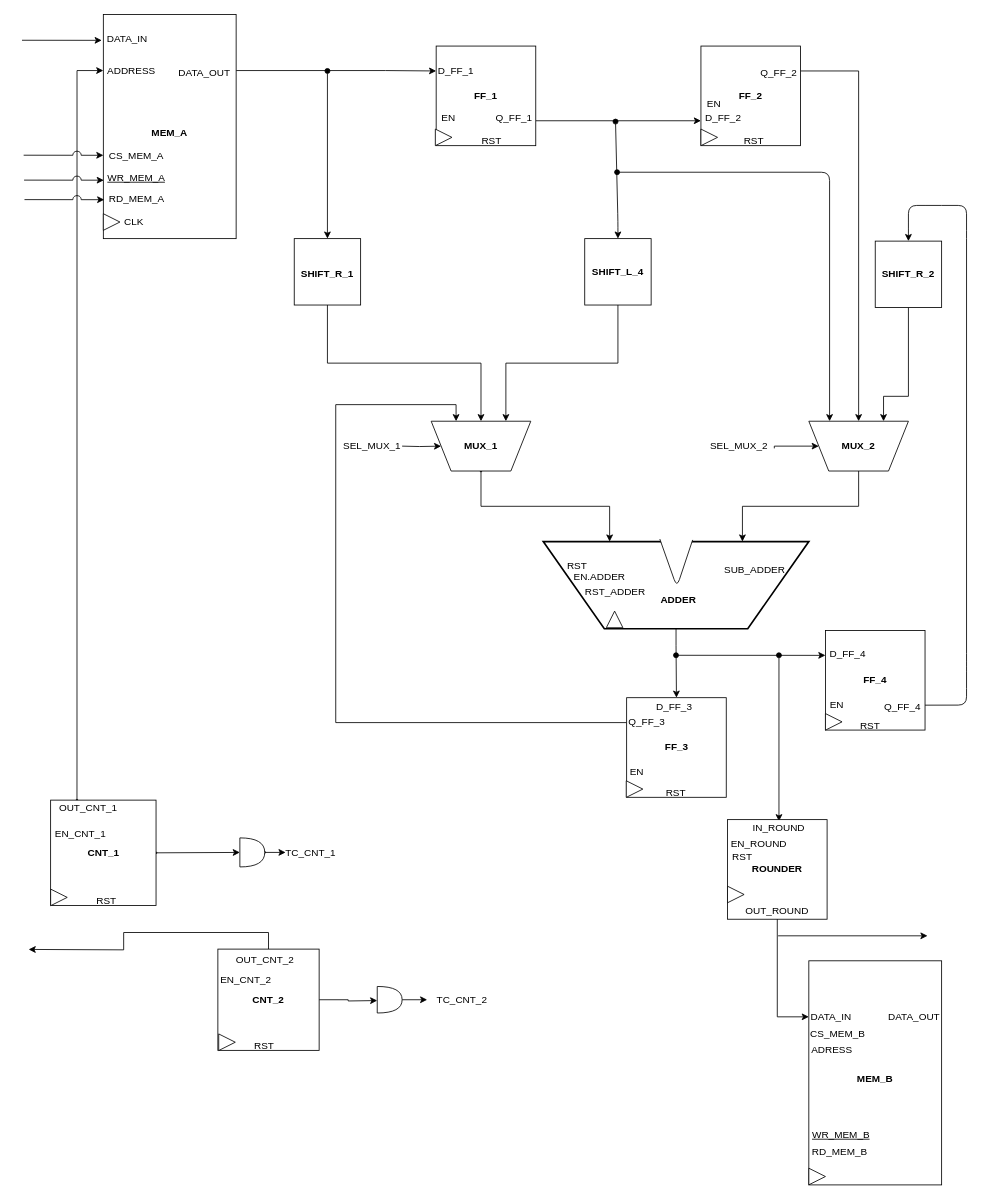
This is lab6/Datapath.drawio from leobel96/Polito-ESD-NeuralNetwork, a draw.io file, before an edit. Source tidied: cells renumbered, new cells numbered last; positions are measured from the earlier drawing's top-left corner, leaving out a move shared by most shapes. Both pictures are drawn from the tidied source at 83%, with x=0, y=0 at pixel (22, 14).
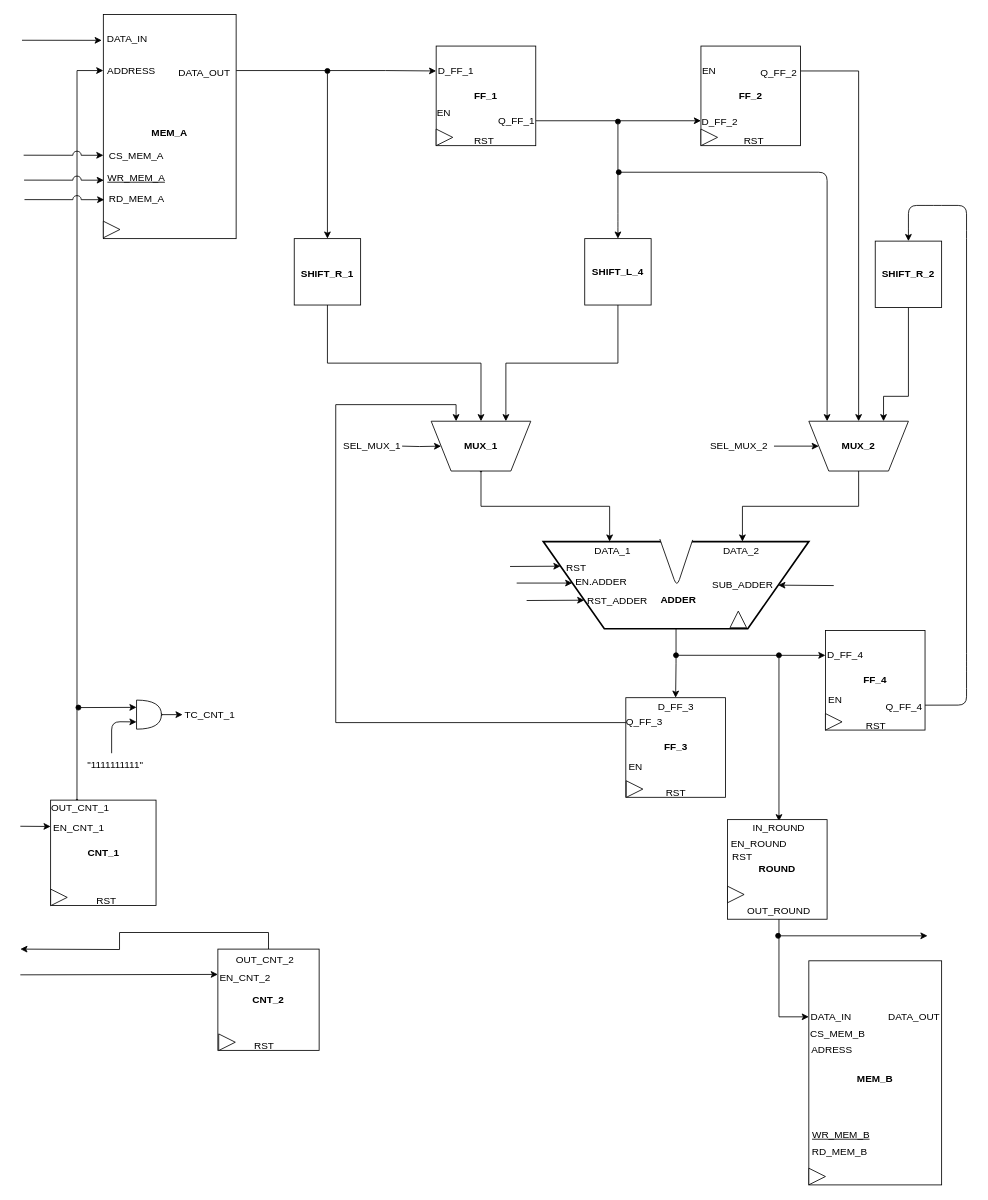
The same diagram, later.

The change refers to these unchanged cells:
```xml
<mxCell id="3" style="verticalLabelPosition=bottom;verticalAlign=top;html=1;strokeWidth=2;shape=trapezoid;perimeter=trapezoidPerimeter;whiteSpace=wrap;size=0.23;arcSize=10;flipV=1;" parent="1" vertex="1">
  <mxGeometry x="628" y="635" width="320" height="105" as="geometry" />
</mxCell>
<mxCell id="29" style="whiteSpace=wrap;html=1;" parent="1" vertex="1">
  <mxGeometry x="678" y="270" width="80" height="80" as="geometry" />
</mxCell>
<mxCell id="38" style="shape=trapezoid;perimeter=trapezoidPerimeter;whiteSpace=wrap;html=1;rotation=180;" parent="1" vertex="1">
  <mxGeometry x="948" y="490" width="120" height="60" as="geometry" />
</mxCell>
<mxCell id="44" value="SEL_MUX_2" style="text;html=1;strokeColor=none;fillColor=none;align=center;verticalAlign=middle;whiteSpace=wrap;rounded=0;" parent="1" vertex="1">
  <mxGeometry x="832" y="510" width="64" height="20" as="geometry" />
</mxCell>
<mxCell id="85" value="&lt;b&gt;CNT_1&lt;/b&gt;" style="whiteSpace=wrap;html=1;" parent="1" vertex="1">
  <mxGeometry x="34.5" y="946.5" width="127" height="127" as="geometry" />
</mxCell>
<mxCell id="88" value="&lt;b&gt;CNT_2&lt;/b&gt;" style="whiteSpace=wrap;html=1;" parent="1" vertex="1">
  <mxGeometry x="236" y="1126" width="122" height="122" as="geometry" />
</mxCell>
```

Change to the diagram source:
```diff
@@
     <mxCell id="2" style="edgeStyle=orthogonalEdgeStyle;rounded=0;jettySize=auto;html=1;exitX=0.5;exitY=1;exitDx=0;exitDy=0;entryX=0.5;entryY=0;entryDx=0;entryDy=0;" parent="1" edge="1" source="3" target="52">
-      <mxGeometry relative="1" as="geometry">
-        <Array as="points">
-          <mxPoint x="788" y="760" />
-          <mxPoint x="788" y="760" />
-        </Array>
-      </mxGeometry>
+      <mxGeometry relative="1" as="geometry" />
     </mxCell>
@@
-    <mxCell id="11" value="CLK" style="text;html=1;strokeColor=none;fillColor=none;align=center;verticalAlign=middle;whiteSpace=wrap;rounded=0;" parent="1" vertex="1">
-      <mxGeometry x="114" y="240" width="42" height="20" as="geometry" />
-    </mxCell>
@@
     <mxCell id="13" style="triangle;whiteSpace=wrap;html=1;" parent="1" vertex="1">
-      <mxGeometry x="98" y="240" width="20" height="20" as="geometry" />
+      <mxGeometry x="98" y="249" width="20" height="20" as="geometry" />
     </mxCell>
@@
     <mxCell id="19" value="Q_FF_1" style="text;html=1;strokeColor=none;fillColor=none;align=center;verticalAlign=middle;whiteSpace=wrap;rounded=0;" parent="1" vertex="1">
-      <mxGeometry x="573" y="115" width="40" height="20" as="geometry" />
+      <mxGeometry x="576" y="118" width="40" height="20" as="geometry" />
     </mxCell>
     <mxCell id="20" value="D_FF_2" style="text;html=1;strokeColor=none;fillColor=none;align=center;verticalAlign=middle;whiteSpace=wrap;rounded=0;" parent="1" vertex="1">
-      <mxGeometry x="825" y="115" width="40" height="20" as="geometry" />
+      <mxGeometry x="821" y="119" width="40" height="20" as="geometry" />
     </mxCell>
@@
     <mxCell id="22" style="triangle;whiteSpace=wrap;html=1;" parent="1" vertex="1">
-      <mxGeometry x="498" y="138" width="20" height="20" as="geometry" />
+      <mxGeometry x="499" y="138" width="20" height="20" as="geometry" />
     </mxCell>
@@
     <mxCell id="25" style="endArrow=classic;html=1;entryX=0.5;entryY=0;entryDx=0;entryDy=0;startArrow=circle;startFill=1;startSize=2;" parent="1" edge="1" target="29">
       <mxGeometry relative="1" as="geometry">
-        <mxPoint x="715" y="125" as="sourcePoint" />
+        <mxPoint x="718" y="125" as="sourcePoint" />
         <Array as="points">
           <mxPoint x="718" y="250" />
         </Array>
       </mxGeometry>
     </mxCell>
@@
     <mxCell id="40" style="endArrow=classic;html=1;entryX=0.75;entryY=1;entryDx=0;entryDy=0;startSize=2;startArrow=circle;startFill=1;" parent="1" edge="1">
       <mxGeometry relative="1" as="geometry">
-        <mxPoint x="713" y="190" as="sourcePoint" />
-        <mxPoint x="973" y="490" as="targetPoint" />
+        <mxPoint x="715" y="190" as="sourcePoint" />
+        <mxPoint x="970" y="490" as="targetPoint" />
         <Array as="points">
-          <mxPoint x="973" y="190" />
+          <mxPoint x="970" y="190" />
         </Array>
       </mxGeometry>
     </mxCell>
@@
-    <mxCell id="43" style="edgeStyle=orthogonalEdgeStyle;rounded=0;jettySize=auto;html=1;entryX=1;entryY=0.5;entryDx=0;entryDy=0;exitX=1.163;exitY=0.635;exitDx=0;exitDy=0;exitPerimeter=0;" parent="1" edge="1" source="44" target="38">
+    <mxCell id="43" style="edgeStyle=orthogonalEdgeStyle;rounded=0;jettySize=auto;html=1;entryX=1;entryY=0.5;entryDx=0;entryDy=0;" parent="1" edge="1" target="38">
       <mxGeometry relative="1" as="geometry">
+        <mxPoint x="906" y="520" as="sourcePoint" />
         <Array as="points">
           <mxPoint x="906" y="520" />
         </Array>
       </mxGeometry>
     </mxCell>
@@
     <mxCell id="46" value="RST_ADDER" style="text;html=1;strokeColor=none;fillColor=none;align=center;verticalAlign=middle;whiteSpace=wrap;rounded=0;" parent="1" vertex="1">
-      <mxGeometry x="695" y="686" width="40" height="20" as="geometry" />
+      <mxGeometry x="679" y="697" width="77" height="20" as="geometry" />
     </mxCell>
     <mxCell id="47" value="EN.ADDER" style="text;html=1;strokeColor=none;fillColor=none;align=center;verticalAlign=middle;whiteSpace=wrap;rounded=0;" parent="1" vertex="1">
-      <mxGeometry x="646" y="668" width="100" height="20" as="geometry" />
+      <mxGeometry x="664" y="674" width="68" height="20" as="geometry" />
     </mxCell>
@@
     <mxCell id="50" style="triangle;whiteSpace=wrap;html=1;rotation=-90;" parent="1" vertex="1">
-      <mxGeometry x="704" y="718.8" width="20" height="20" as="geometry" />
+      <mxGeometry x="853" y="718.8" width="20" height="20" as="geometry" />
     </mxCell>
@@
     <mxCell id="52" value="&lt;b&gt;FF_3&lt;/b&gt;" style="whiteSpace=wrap;html=1;" parent="1" vertex="1">
-      <mxGeometry x="728.5" y="823.1" width="120" height="120" as="geometry" />
+      <mxGeometry x="727.5" y="823.1" width="120" height="120" as="geometry" />
     </mxCell>
     <mxCell id="53" value="D_FF_3" style="text;html=1;strokeColor=none;fillColor=none;align=center;verticalAlign=middle;whiteSpace=wrap;rounded=0;" parent="1" vertex="1">
-      <mxGeometry x="766" y="824" width="40" height="20" as="geometry" />
+      <mxGeometry x="768" y="824" width="40" height="20" as="geometry" />
     </mxCell>
     <mxCell id="54" value="Q_FF_3" style="text;html=1;strokeColor=none;fillColor=none;align=center;verticalAlign=middle;whiteSpace=wrap;rounded=0;" parent="1" vertex="1">
-      <mxGeometry x="733" y="842" width="40" height="20" as="geometry" />
+      <mxGeometry x="730" y="843" width="40" height="20" as="geometry" />
     </mxCell>
@@
     <mxCell id="58" value="D_FF_4" style="text;html=1;strokeColor=none;fillColor=none;align=center;verticalAlign=middle;whiteSpace=wrap;rounded=0;" parent="1" vertex="1">
-      <mxGeometry x="975" y="760" width="40" height="20" as="geometry" />
+      <mxGeometry x="972" y="762" width="40" height="20" as="geometry" />
     </mxCell>
     <mxCell id="59" value="Q_FF_4" style="text;html=1;strokeColor=none;fillColor=none;align=center;verticalAlign=middle;whiteSpace=wrap;rounded=0;" parent="1" vertex="1">
-      <mxGeometry x="1041" y="824" width="40" height="20" as="geometry" />
+      <mxGeometry x="1043" y="824" width="40" height="20" as="geometry" />
     </mxCell>
@@
-    <mxCell id="63" value="&lt;b&gt;ROUNDER&lt;/b&gt;" style="whiteSpace=wrap;html=1;" parent="1" vertex="1">
+    <mxCell id="63" value="&lt;b&gt;ROUND&lt;/b&gt;" style="whiteSpace=wrap;html=1;" parent="1" vertex="1">
       <mxGeometry x="850" y="970" width="120" height="120" as="geometry" />
     </mxCell>
@@
     <mxCell id="66" value="OUT_ROUND" style="text;html=1;strokeColor=none;fillColor=none;align=center;verticalAlign=middle;whiteSpace=wrap;rounded=0;" parent="1" vertex="1">
-      <mxGeometry x="890" y="1070" width="40" height="20" as="geometry" />
+      <mxGeometry x="872" y="1070" width="80" height="20" as="geometry" />
     </mxCell>
@@
     <mxCell id="77" value="SUB_ADDER" style="text;html=1;strokeColor=none;fillColor=none;align=center;verticalAlign=middle;whiteSpace=wrap;rounded=0;" parent="1" vertex="1">
-      <mxGeometry x="863" y="659.2" width="40" height="20" as="geometry" />
+      <mxGeometry x="830.5" y="678" width="75" height="20" as="geometry" />
     </mxCell>
     <mxCell id="78" value="EN" style="text;html=1;strokeColor=none;fillColor=none;align=center;verticalAlign=middle;whiteSpace=wrap;rounded=0;" parent="1" vertex="1">
-      <mxGeometry x="721" y="903" width="40" height="20" as="geometry" />
+      <mxGeometry x="728" y="896.5" width="23" height="20" as="geometry" />
     </mxCell>
     <mxCell id="79" value="EN" style="text;html=1;strokeColor=none;fillColor=none;align=center;verticalAlign=middle;whiteSpace=wrap;rounded=0;" parent="1" vertex="1">
-      <mxGeometry x="962" y="822" width="40" height="20" as="geometry" />
+      <mxGeometry x="968" y="816" width="24" height="20" as="geometry" />
     </mxCell>
     <mxCell id="80" value="EN" style="text;html=1;strokeColor=none;fillColor=none;align=center;verticalAlign=middle;whiteSpace=wrap;rounded=0;" parent="1" vertex="1">
-      <mxGeometry x="814" y="98" width="40" height="20" as="geometry" />
+      <mxGeometry x="818" y="58" width="20" height="20" as="geometry" />
     </mxCell>
     <mxCell id="81" value="EN" style="text;html=1;strokeColor=none;fillColor=none;align=center;verticalAlign=middle;whiteSpace=wrap;rounded=0;" parent="1" vertex="1">
-      <mxGeometry x="494" y="114.9" width="40" height="20" as="geometry" />
+      <mxGeometry x="499" y="109" width="19" height="20" as="geometry" />
     </mxCell>
-    <mxCell id="82" style="endArrow=classic;html=1;" parent="1" edge="1">
+    <mxCell id="82" style="endArrow=classic;html=1;startArrow=oval;startFill=1;" parent="1" edge="1">
       <mxGeometry relative="1" as="geometry">
         <mxPoint x="911" y="1110" as="sourcePoint" />
         <mxPoint x="1091" y="1110" as="targetPoint" />
       </mxGeometry>
     </mxCell>
@@
-    <mxCell id="84" style="edgeStyle=orthogonalEdgeStyle;rounded=0;jumpStyle=arc;jumpSize=11;jettySize=auto;html=1;exitX=1;exitY=0.5;exitDx=0;exitDy=0;startArrow=oval;startFill=1;startSize=2;endSize=6;" parent="1" edge="1" source="85" target="91">
-      <mxGeometry relative="1" as="geometry" />
-    </mxCell>
@@
-    <mxCell id="86" style="edgeStyle=orthogonalEdgeStyle;rounded=0;jumpStyle=arc;jumpSize=11;jettySize=auto;html=1;exitX=1;exitY=0.5;exitDx=0;exitDy=0;startArrow=none;startFill=0;" parent="1" edge="1" source="88">
-      <mxGeometry relative="1" as="geometry">
-        <mxPoint x="428" y="1188" as="targetPoint" />
-      </mxGeometry>
-    </mxCell>
     <mxCell id="87" style="edgeStyle=orthogonalEdgeStyle;rounded=0;jumpStyle=arc;jumpSize=11;jettySize=auto;html=1;exitX=0.5;exitY=0;exitDx=0;exitDy=0;startArrow=none;startFill=0;" parent="1" edge="1" source="88">
       <mxGeometry relative="1" as="geometry">
-        <mxPoint x="8" y="1126.4" as="targetPoint" />
+        <mxPoint x="-2" y="1126" as="targetPoint" />
       </mxGeometry>
     </mxCell>
@@
-    <mxCell id="90" style="edgeStyle=orthogonalEdgeStyle;rounded=0;jumpStyle=arc;jumpSize=11;jettySize=auto;html=1;exitX=1;exitY=0.5;exitDx=0;exitDy=0;exitPerimeter=0;startArrow=oval;startFill=1;startSize=2;endSize=6;" parent="1" edge="1" source="91">
-      <mxGeometry relative="1" as="geometry">
-        <mxPoint x="317.6" y="1009.9" as="targetPoint" />
-      </mxGeometry>
-    </mxCell>
-    <mxCell id="91" style="shape=or;whiteSpace=wrap;html=1;" parent="1" vertex="1">
-      <mxGeometry x="262.5" y="992" width="30" height="35" as="geometry" />
-    </mxCell>
-    <mxCell id="92" value="TC_CNT_1" style="text;html=1;strokeColor=none;fillColor=none;align=center;verticalAlign=middle;whiteSpace=wrap;rounded=0;" parent="1" vertex="1">
-      <mxGeometry x="328" y="1000" width="40" height="20" as="geometry" />
-    </mxCell>
-    <mxCell id="93" style="edgeStyle=orthogonalEdgeStyle;rounded=0;jumpStyle=arc;jumpSize=11;jettySize=auto;html=1;exitX=1;exitY=0.5;exitDx=0;exitDy=0;exitPerimeter=0;startArrow=none;startFill=0;" parent="1" edge="1" source="94">
-      <mxGeometry relative="1" as="geometry">
-        <mxPoint x="488.2" y="1187.5" as="targetPoint" />
-      </mxGeometry>
-    </mxCell>
-    <mxCell id="94" style="shape=or;whiteSpace=wrap;html=1;" parent="1" vertex="1">
-      <mxGeometry x="428" y="1171" width="30" height="32" as="geometry" />
-    </mxCell>
-    <mxCell id="95" value="TC_CNT_2" style="text;html=1;align=left;verticalAlign=top;spacingTop=-4;" parent="1" vertex="1">
-      <mxGeometry x="498" y="1177" width="80" height="10" as="geometry" />
-    </mxCell>
@@
     <mxCell id="97" value="EN_CNT_2" style="text;html=1;strokeColor=none;fillColor=none;align=center;verticalAlign=middle;whiteSpace=wrap;rounded=0;" parent="1" vertex="1">
-      <mxGeometry x="250" y="1149" width="40" height="28" as="geometry" />
+      <mxGeometry x="240" y="1147" width="58" height="28" as="geometry" />
     </mxCell>
     <mxCell id="98" value="EN_CNT_1" style="text;html=1;align=left;verticalAlign=top;spacingTop=-4;" parent="1" vertex="1">
-      <mxGeometry x="38" y="977" width="80" height="10" as="geometry" />
+      <mxGeometry x="35.5" y="970" width="80" height="10" as="geometry" />
     </mxCell>
     <mxCell id="99" value="OUT_CNT_1" style="text;html=1;strokeColor=none;fillColor=none;align=center;verticalAlign=middle;whiteSpace=wrap;rounded=0;" parent="1" vertex="1">
-      <mxGeometry x="59.5" y="946" width="40" height="20" as="geometry" />
+      <mxGeometry x="36" y="946" width="69" height="20" as="geometry" />
     </mxCell>
@@
     <mxCell id="101" value="RST" style="text;html=1;align=left;verticalAlign=top;spacingTop=-4;" parent="1" vertex="1">
-      <mxGeometry x="552" y="142" width="40" height="10" as="geometry" />
+      <mxGeometry x="543" y="142" width="40" height="10" as="geometry" />
     </mxCell>
@@
     <mxCell id="103" value="RST" style="text;html=1;align=left;verticalAlign=top;spacingTop=-4;" parent="1" vertex="1">
-      <mxGeometry x="1008" y="847.1" width="40" height="10" as="geometry" />
+      <mxGeometry x="1015" y="847.1" width="40" height="10" as="geometry" />
     </mxCell>
     <mxCell id="104" value="RST" style="text;html=1;align=left;verticalAlign=top;spacingTop=-4;" parent="1" vertex="1">
-      <mxGeometry x="655" y="654" width="40" height="10" as="geometry" />
+      <mxGeometry x="654" y="657" width="40" height="10" as="geometry" />
     </mxCell>
@@
+    <mxCell id="113" style="endArrow=classic;html=1;entryX=0;entryY=0.25;entryDx=0;entryDy=0;" parent="1" edge="1" target="3">
+      <mxGeometry relative="1" as="geometry">
+        <mxPoint x="588" y="665" as="sourcePoint" />
+      </mxGeometry>
+    </mxCell>
+    <mxCell id="114" style="endArrow=classic;html=1;entryX=0;entryY=0.5;entryDx=0;entryDy=0;" parent="1" edge="1">
+      <mxGeometry relative="1" as="geometry">
+        <mxPoint x="596" y="685" as="sourcePoint" />
+        <mxPoint x="663" y="685" as="targetPoint" />
+      </mxGeometry>
+    </mxCell>
+    <mxCell id="115" style="endArrow=classic;html=1;entryX=0;entryY=0.75;entryDx=0;entryDy=0;" parent="1" edge="1" target="3">
+      <mxGeometry relative="1" as="geometry">
+        <mxPoint x="608" y="706" as="sourcePoint" />
+      </mxGeometry>
+    </mxCell>
+    <mxCell id="116" value="DATA_1" style="text;html=1;align=left;verticalAlign=top;spacingTop=-4;" parent="1" vertex="1">
+      <mxGeometry x="687.5" y="637" width="60" height="20" as="geometry" />
+    </mxCell>
+    <mxCell id="117" value="DATA_2" style="text;html=1;align=left;verticalAlign=top;spacingTop=-4;" parent="1" vertex="1">
+      <mxGeometry x="843" y="637" width="60" height="20" as="geometry" />
+    </mxCell>
+    <mxCell id="118" style="endArrow=classic;html=1;entryX=1;entryY=0.5;entryDx=0;entryDy=0;" parent="1" edge="1" target="3">
+      <mxGeometry relative="1" as="geometry">
+        <mxPoint x="978" y="688" as="sourcePoint" />
+      </mxGeometry>
+    </mxCell>
+    <mxCell id="119" style="edgeStyle=orthogonalEdgeStyle;rounded=0;jumpStyle=arc;jumpSize=11;jettySize=auto;html=1;exitX=1;exitY=0.5;exitDx=0;exitDy=0;exitPerimeter=0;startArrow=oval;startFill=1;startSize=2;endSize=6;" parent="1" edge="1" source="120">
+      <mxGeometry relative="1" as="geometry">
+        <mxPoint x="193.5" y="844" as="targetPoint" />
+      </mxGeometry>
+    </mxCell>
+    <mxCell id="120" style="shape=or;whiteSpace=wrap;html=1;" parent="1" vertex="1">
+      <mxGeometry x="138" y="826" width="30" height="35" as="geometry" />
+    </mxCell>
+    <mxCell id="92" value="TC_CNT_1" style="text;html=1;strokeColor=none;fillColor=none;align=center;verticalAlign=middle;whiteSpace=wrap;rounded=0;" parent="1" vertex="1">
+      <mxGeometry x="194" y="834" width="65" height="20" as="geometry" />
+    </mxCell>
+    <mxCell id="121" style="endArrow=classic;html=1;entryX=0;entryY=0.25;entryDx=0;entryDy=0;entryPerimeter=0;startArrow=oval;startFill=1;" parent="1" edge="1" target="120">
+      <mxGeometry relative="1" as="geometry">
+        <mxPoint x="68" y="835" as="sourcePoint" />
+      </mxGeometry>
+    </mxCell>
+    <mxCell id="122" value="&quot;1111111111&quot;" style="text;html=1;align=left;verticalAlign=top;spacingTop=-4;" parent="1" vertex="1">
+      <mxGeometry x="77" y="893.5" width="80" height="20" as="geometry" />
+    </mxCell>
+    <mxCell id="123" style="endArrow=classic;html=1;entryX=0;entryY=0.75;entryDx=0;entryDy=0;entryPerimeter=0;" parent="1" edge="1" target="120">
+      <mxGeometry relative="1" as="geometry">
+        <mxPoint x="108" y="890" as="sourcePoint" />
+        <Array as="points">
+          <mxPoint x="108" y="852" />
+        </Array>
+      </mxGeometry>
+    </mxCell>
+    <mxCell id="124" style="endArrow=classic;html=1;entryX=0;entryY=0.25;entryDx=0;entryDy=0;" parent="1" edge="1" target="88">
+      <mxGeometry relative="1" as="geometry">
+        <mxPoint x="-2" y="1157" as="sourcePoint" />
+      </mxGeometry>
+    </mxCell>
+    <mxCell id="125" style="endArrow=classic;html=1;entryX=0;entryY=0.25;entryDx=0;entryDy=0;" parent="1" edge="1" target="85">
+      <mxGeometry relative="1" as="geometry">
+        <mxPoint x="-2" y="978" as="sourcePoint" />
+      </mxGeometry>
+    </mxCell>
```
